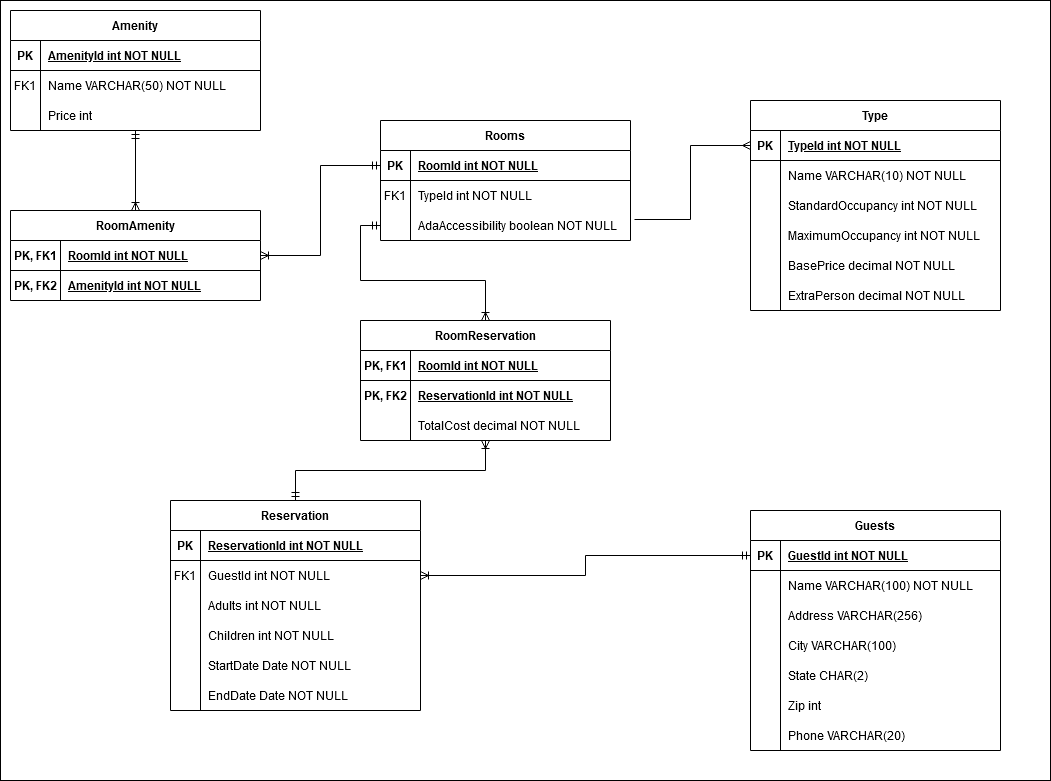
This is HotelReservation/NacerSebti-HotelERD.png from NacerSebtiMS/Hotel-Reservation, a draw.io export, as it was before one commit. Source tidied: cells renumbered, new cells last; positions are measured from the earlier drawing's top-left corner, leaving out a move shared by most shapes.
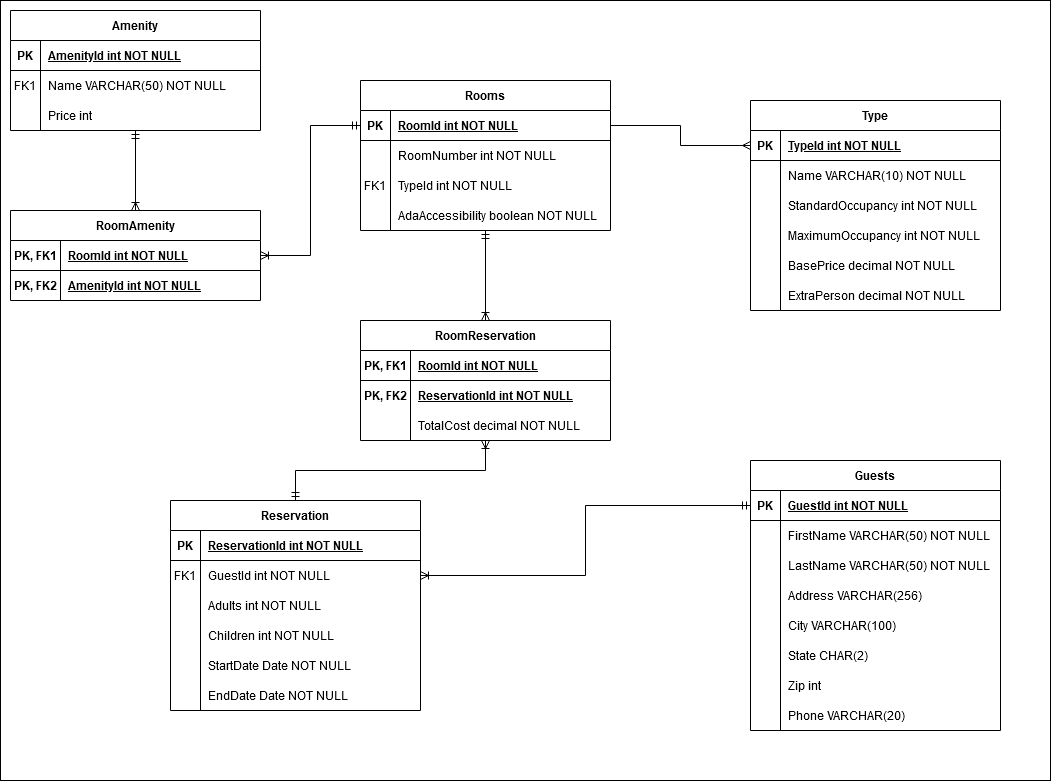
Later version of the same file.

What changed in the source:
```diff
@@ -116,14 +116,17 @@
     <mxCell id="39" value="Price int" style="shape=partialRectangle;overflow=hidden;fillColor=none;top=0;left=0;bottom=0;right=0;align=left;spacingLeft=6;" parent="37" vertex="1">
       <mxGeometry x="30" width="220" height="30" as="geometry" />
     </mxCell>
-    <mxCell id="40" style="edgeStyle=orthogonalEdgeStyle;rounded=0;jettySize=auto;html=1;exitX=1.016;exitY=0.3;exitDx=0;exitDy=0;exitPerimeter=0;endArrow=ERmany;endFill=0;" parent="1" edge="1" source="49" target="4">
+    <mxCell id="40" style="edgeStyle=orthogonalEdgeStyle;rounded=0;jettySize=auto;html=1;exitX=1;exitY=0.5;exitDx=0;exitDy=0;endArrow=ERmany;endFill=0;" parent="1" edge="1" source="43" target="4">
       <mxGeometry relative="1" as="geometry" />
     </mxCell>
     <mxCell id="41" style="edgeStyle=orthogonalEdgeStyle;rounded=0;jettySize=auto;html=1;entryX=0;entryY=0.5;entryDx=0;entryDy=0;endArrow=ERmandOne;endFill=0;startArrow=ERoneToMany;startFill=0;" parent="1" edge="1" source="24" target="43">
       <mxGeometry relative="1" as="geometry" />
     </mxCell>
+    <mxCell id="106" style="edgeStyle=orthogonalEdgeStyle;rounded=0;jettySize=auto;html=1;entryX=0.5;entryY=0;entryDx=0;entryDy=0;endArrow=ERoneToMany;endFill=0;startArrow=ERmandOne;startFill=0;" parent="1" edge="1" source="42" target="96">
+      <mxGeometry relative="1" as="geometry" />
+    </mxCell>
     <mxCell id="42" value="Rooms" style="shape=table;startSize=30;rowLines=0;fontStyle=1;align=center;" parent="1" vertex="1">
-      <mxGeometry x="380" y="120" width="250" height="120" as="geometry" />
+      <mxGeometry x="360" y="80" width="250" height="150" as="geometry" />
     </mxCell>
     <mxCell id="43" style="shape=partialRectangle;fillColor=none;points=[[0,0.5],[1,0.5]];portConstraint=eastwest;top=0;left=0;right=0;bottom=1;" parent="42" vertex="1">
       <mxGeometry y="30" width="250" height="30" as="geometry" />
@@ -134,8 +137,17 @@
     <mxCell id="45" value="RoomId int NOT NULL " style="shape=partialRectangle;overflow=hidden;fillColor=none;top=0;left=0;bottom=0;right=0;align=left;spacingLeft=6;fontStyle=5;" parent="43" vertex="1">
       <mxGeometry x="30" width="220" height="30" as="geometry" />
     </mxCell>
+    <mxCell id="49" style="shape=partialRectangle;fillColor=none;points=[[0,0.5],[1,0.5]];portConstraint=eastwest;top=0;left=0;right=0;bottom=0;" parent="42" vertex="1">
+      <mxGeometry y="60" width="250" height="30" as="geometry" />
+    </mxCell>
+    <mxCell id="50" style="shape=partialRectangle;overflow=hidden;fillColor=none;top=0;left=0;bottom=0;right=0;" parent="49" vertex="1">
+      <mxGeometry width="30" height="30" as="geometry" />
+    </mxCell>
+    <mxCell id="51" value="RoomNumber int NOT NULL" style="shape=partialRectangle;overflow=hidden;fillColor=none;top=0;left=0;bottom=0;right=0;align=left;spacingLeft=6;" parent="49" vertex="1">
+      <mxGeometry x="30" width="220" height="30" as="geometry" />
+    </mxCell>
     <mxCell id="46" style="shape=partialRectangle;fillColor=none;top=0;left=0;right=0;bottom=0;" parent="42" vertex="1">
-      <mxGeometry y="60" width="250" height="30" as="geometry" />
+      <mxGeometry y="90" width="250" height="30" as="geometry" />
     </mxCell>
     <mxCell id="47" value="FK1" style="shape=partialRectangle;overflow=hidden;fillColor=none;top=0;left=0;bottom=0;right=0;" parent="46" vertex="1">
       <mxGeometry width="30" height="30" as="geometry" />
@@ -143,17 +155,17 @@
     <mxCell id="48" value="TypeId int NOT NULL" style="shape=partialRectangle;overflow=hidden;fillColor=none;top=0;left=0;bottom=0;right=0;align=left;spacingLeft=6;" parent="46" vertex="1">
       <mxGeometry x="30" width="220" height="30" as="geometry" />
     </mxCell>
-    <mxCell id="49" style="shape=partialRectangle;fillColor=none;points=[[0,0.5],[1,0.5]];portConstraint=eastwest;top=0;left=0;right=0;bottom=0;" parent="42" vertex="1">
-      <mxGeometry y="90" width="250" height="30" as="geometry" />
-    </mxCell>
-    <mxCell id="50" style="shape=partialRectangle;overflow=hidden;fillColor=none;top=0;left=0;bottom=0;right=0;" parent="49" vertex="1">
-      <mxGeometry width="30" height="30" as="geometry" />
-    </mxCell>
-    <mxCell id="51" value="AdaAccessibility boolean NOT NULL" style="shape=partialRectangle;overflow=hidden;fillColor=none;top=0;left=0;bottom=0;right=0;align=left;spacingLeft=6;" parent="49" vertex="1">
-      <mxGeometry x="30" width="220" height="30" as="geometry" />
-    </mxCell>
+    <mxCell id="107" style="shape=partialRectangle;fillColor=none;top=0;left=0;right=0;bottom=0;" parent="42" vertex="1">
+      <mxGeometry y="120" width="250" height="30" as="geometry" />
+    </mxCell>
+    <mxCell id="108" style="shape=partialRectangle;overflow=hidden;fillColor=none;top=0;left=0;bottom=0;right=0;" parent="107" vertex="1">
+      <mxGeometry width="30" height="30" as="geometry" />
+    </mxCell>
+    <mxCell id="109" value="AdaAccessibility boolean NOT NULL" style="shape=partialRectangle;overflow=hidden;fillColor=none;top=0;left=0;bottom=0;right=0;align=left;spacingLeft=6;" parent="107" vertex="1">
+      <mxGeometry x="30" width="220" height="30" as="geometry" />
+    </mxCell>
     <mxCell id="52" value="Guests" style="shape=table;startSize=30;rowLines=0;fontStyle=1;align=center;" parent="1" vertex="1">
-      <mxGeometry x="750" y="510" width="250" height="240" as="geometry" />
+      <mxGeometry x="750" y="460" width="250" height="270" as="geometry" />
     </mxCell>
     <mxCell id="53" style="shape=partialRectangle;fillColor=none;points=[[0,0.5],[1,0.5]];portConstraint=eastwest;top=0;left=0;right=0;bottom=1;" parent="52" vertex="1">
       <mxGeometry y="30" width="250" height="30" as="geometry" />
@@ -170,11 +182,20 @@
     <mxCell id="57" style="shape=partialRectangle;overflow=hidden;fillColor=none;top=0;left=0;bottom=0;right=0;" parent="56" vertex="1">
       <mxGeometry width="30" height="30" as="geometry" />
     </mxCell>
-    <mxCell id="58" value="Name VARCHAR(100) NOT NULL" style="shape=partialRectangle;overflow=hidden;fillColor=none;top=0;left=0;bottom=0;right=0;align=left;spacingLeft=6;" parent="56" vertex="1">
+    <mxCell id="58" value="FirstName VARCHAR(50) NOT NULL" style="shape=partialRectangle;overflow=hidden;fillColor=none;top=0;left=0;bottom=0;right=0;align=left;spacingLeft=6;" parent="56" vertex="1">
       <mxGeometry x="30" width="220" height="30" as="geometry" />
     </mxCell>
+    <mxCell id="110" style="shape=partialRectangle;fillColor=none;top=0;left=0;right=0;bottom=0;" parent="52" vertex="1">
+      <mxGeometry y="90" width="250" height="30" as="geometry" />
+    </mxCell>
+    <mxCell id="111" style="shape=partialRectangle;overflow=hidden;fillColor=none;top=0;left=0;bottom=0;right=0;" parent="110" vertex="1">
+      <mxGeometry width="30" height="30" as="geometry" />
+    </mxCell>
+    <mxCell id="112" value="LastName VARCHAR(50) NOT NULL" style="shape=partialRectangle;overflow=hidden;fillColor=none;top=0;left=0;bottom=0;right=0;align=left;spacingLeft=6;" parent="110" vertex="1">
+      <mxGeometry x="30" width="220" height="30" as="geometry" />
+    </mxCell>
     <mxCell id="59" style="shape=partialRectangle;fillColor=none;top=0;left=0;right=0;bottom=0;" parent="52" vertex="1">
-      <mxGeometry y="90" width="250" height="30" as="geometry" />
+      <mxGeometry y="120" width="250" height="30" as="geometry" />
     </mxCell>
     <mxCell id="60" style="shape=partialRectangle;overflow=hidden;fillColor=none;top=0;left=0;bottom=0;right=0;" parent="59" vertex="1">
       <mxGeometry width="30" height="30" as="geometry" />
@@ -183,7 +204,7 @@
       <mxGeometry x="30" width="220" height="30" as="geometry" />
     </mxCell>
     <mxCell id="62" style="shape=partialRectangle;fillColor=none;top=0;left=0;right=0;bottom=0;" parent="52" vertex="1">
-      <mxGeometry y="120" width="250" height="30" as="geometry" />
+      <mxGeometry y="150" width="250" height="30" as="geometry" />
     </mxCell>
     <mxCell id="63" style="shape=partialRectangle;overflow=hidden;fillColor=none;top=0;left=0;bottom=0;right=0;" parent="62" vertex="1">
       <mxGeometry width="30" height="30" as="geometry" />
@@ -192,7 +213,7 @@
       <mxGeometry x="30" width="220" height="30" as="geometry" />
     </mxCell>
     <mxCell id="65" style="shape=partialRectangle;fillColor=none;top=0;left=0;right=0;bottom=0;" parent="52" vertex="1">
-      <mxGeometry y="150" width="250" height="30" as="geometry" />
+      <mxGeometry y="180" width="250" height="30" as="geometry" />
     </mxCell>
     <mxCell id="66" style="shape=partialRectangle;overflow=hidden;fillColor=none;top=0;left=0;bottom=0;right=0;" parent="65" vertex="1">
       <mxGeometry width="30" height="30" as="geometry" />
@@ -201,7 +222,7 @@
       <mxGeometry x="30" width="220" height="30" as="geometry" />
     </mxCell>
     <mxCell id="68" style="shape=partialRectangle;fillColor=none;top=0;left=0;right=0;bottom=0;" parent="52" vertex="1">
-      <mxGeometry y="180" width="250" height="30" as="geometry" />
+      <mxGeometry y="210" width="250" height="30" as="geometry" />
     </mxCell>
     <mxCell id="69" style="shape=partialRectangle;overflow=hidden;fillColor=none;top=0;left=0;bottom=0;right=0;" parent="68" vertex="1">
       <mxGeometry width="30" height="30" as="geometry" />
@@ -210,7 +231,7 @@
       <mxGeometry x="30" width="220" height="30" as="geometry" />
     </mxCell>
     <mxCell id="71" style="shape=partialRectangle;fillColor=none;top=0;left=0;right=0;bottom=0;" parent="52" vertex="1">
-      <mxGeometry y="210" width="250" height="30" as="geometry" />
+      <mxGeometry y="240" width="250" height="30" as="geometry" />
     </mxCell>
     <mxCell id="72" style="shape=partialRectangle;overflow=hidden;fillColor=none;top=0;left=0;bottom=0;right=0;" parent="71" vertex="1">
       <mxGeometry width="30" height="30" as="geometry" />
@@ -281,9 +302,6 @@
     <mxCell id="94" style="edgeStyle=orthogonalEdgeStyle;rounded=0;jettySize=auto;html=1;startArrow=ERoneToMany;startFill=0;endArrow=ERmandOne;endFill=0;" parent="1" edge="1" source="96" target="75">
       <mxGeometry relative="1" as="geometry" />
     </mxCell>
-    <mxCell id="95" style="edgeStyle=orthogonalEdgeStyle;rounded=0;jettySize=auto;html=1;startArrow=ERoneToMany;startFill=0;endArrow=ERmandOne;endFill=0;" parent="1" edge="1" source="96" target="49">
-      <mxGeometry relative="1" as="geometry" />
-    </mxCell>
     <mxCell id="96" value="RoomReservation" style="shape=table;startSize=30;rowLines=0;fontStyle=1;align=center;" parent="1" vertex="1">
       <mxGeometry x="360" y="320" width="250" height="120" as="geometry" />
     </mxCell>
```
